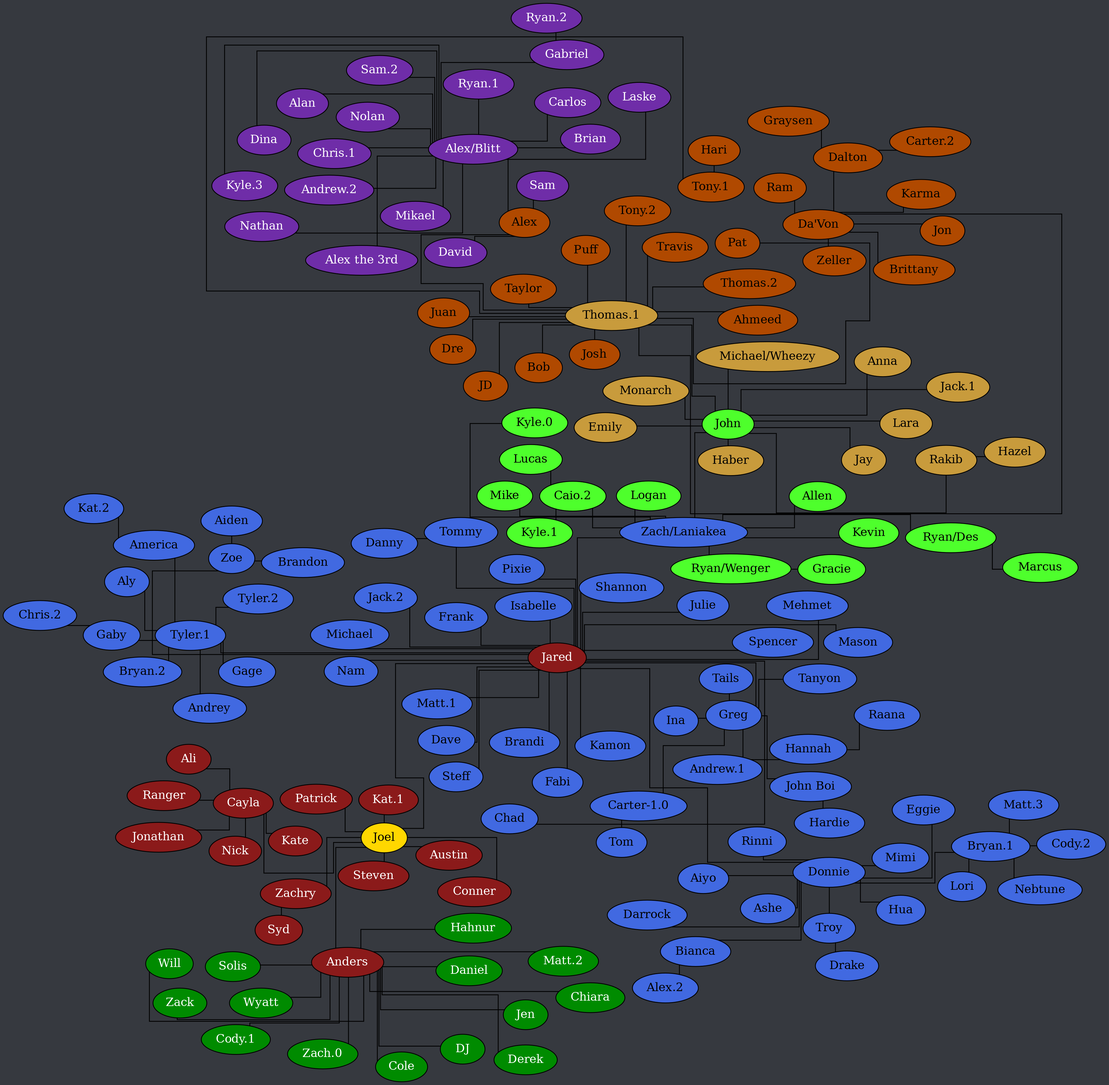
This is tree.png from Documidas/CoronaCatzFamilyTree, a Graphviz export, as it was before one commit. Its source is kept beside it as tree.dot.
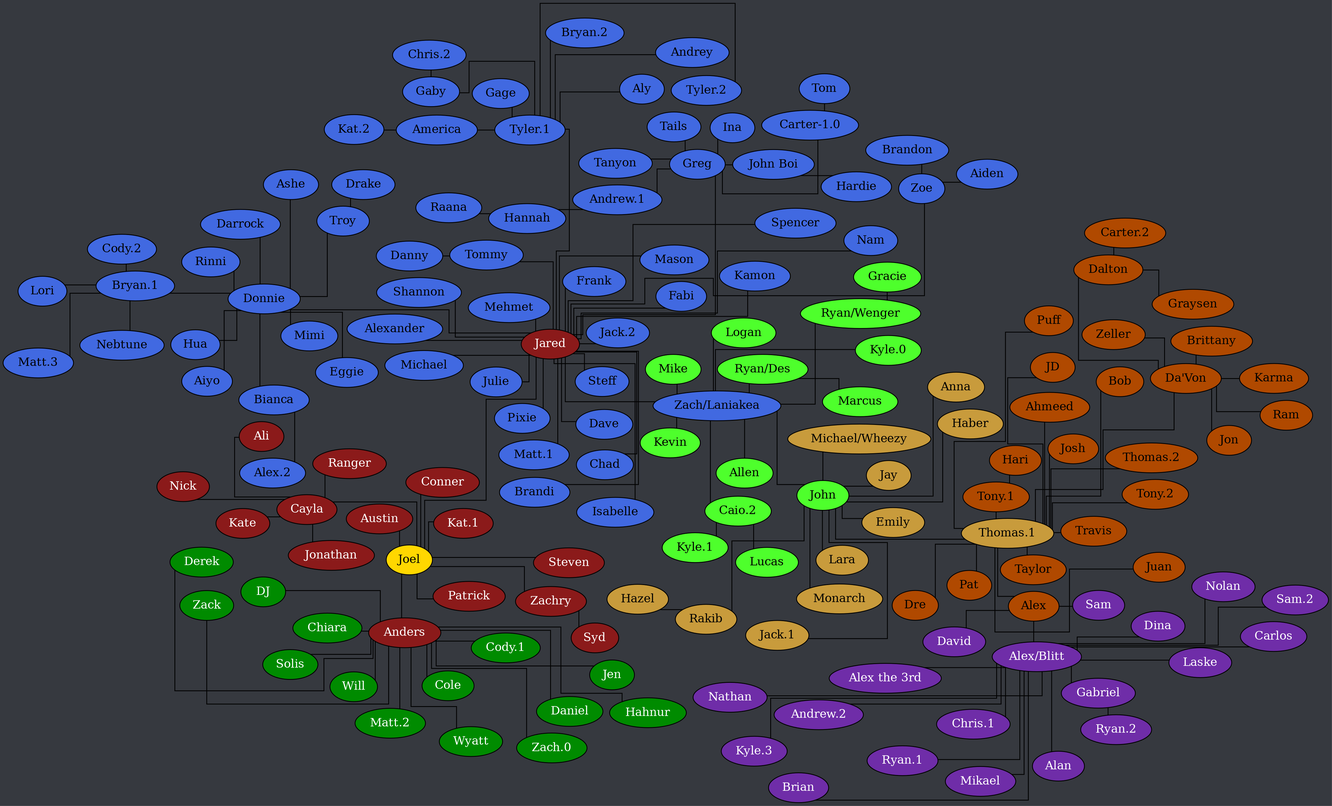
Above is the later version.

Diff of the diagram source:
```diff
@@ -80,6 +80,7 @@
 		Greg -- Tails;
 		Greg -- Tanyon;
 		Hannah -- Raana;
+		Jared -- Alexander;
 		Jared -- Brandi;
 		Jared -- Chad;
 		Jared -- Dave;
```
